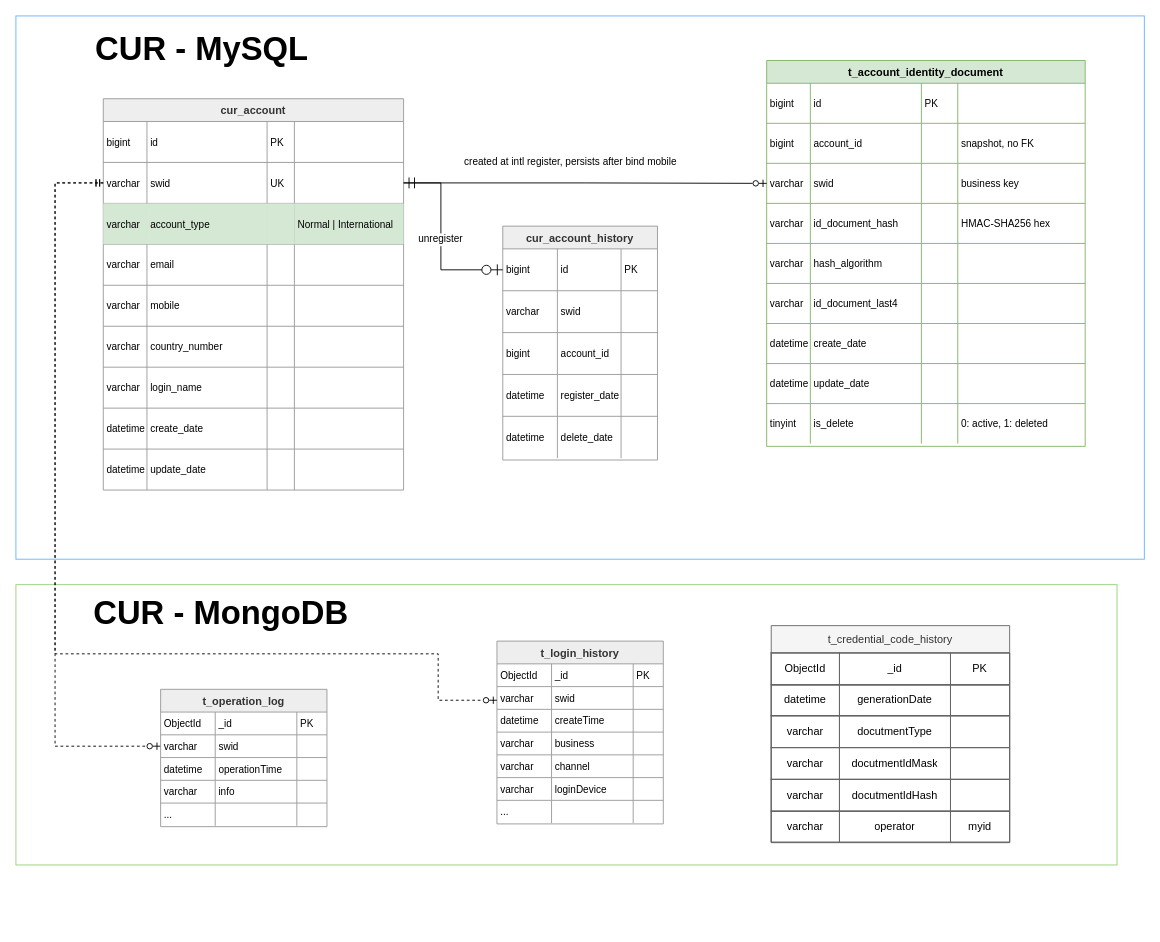
Before: disney/Intl-reg-db.drawio in lixyu/draw, a draw.io diagram. Source tidied: cells renumbered, new cells numbered last; positions are measured from the earlier drawing's top-left corner, leaving out a move shared by most shapes. Both pictures are drawn from the tidied source at 91%, with x=0, y=0 at pixel (15, 15).
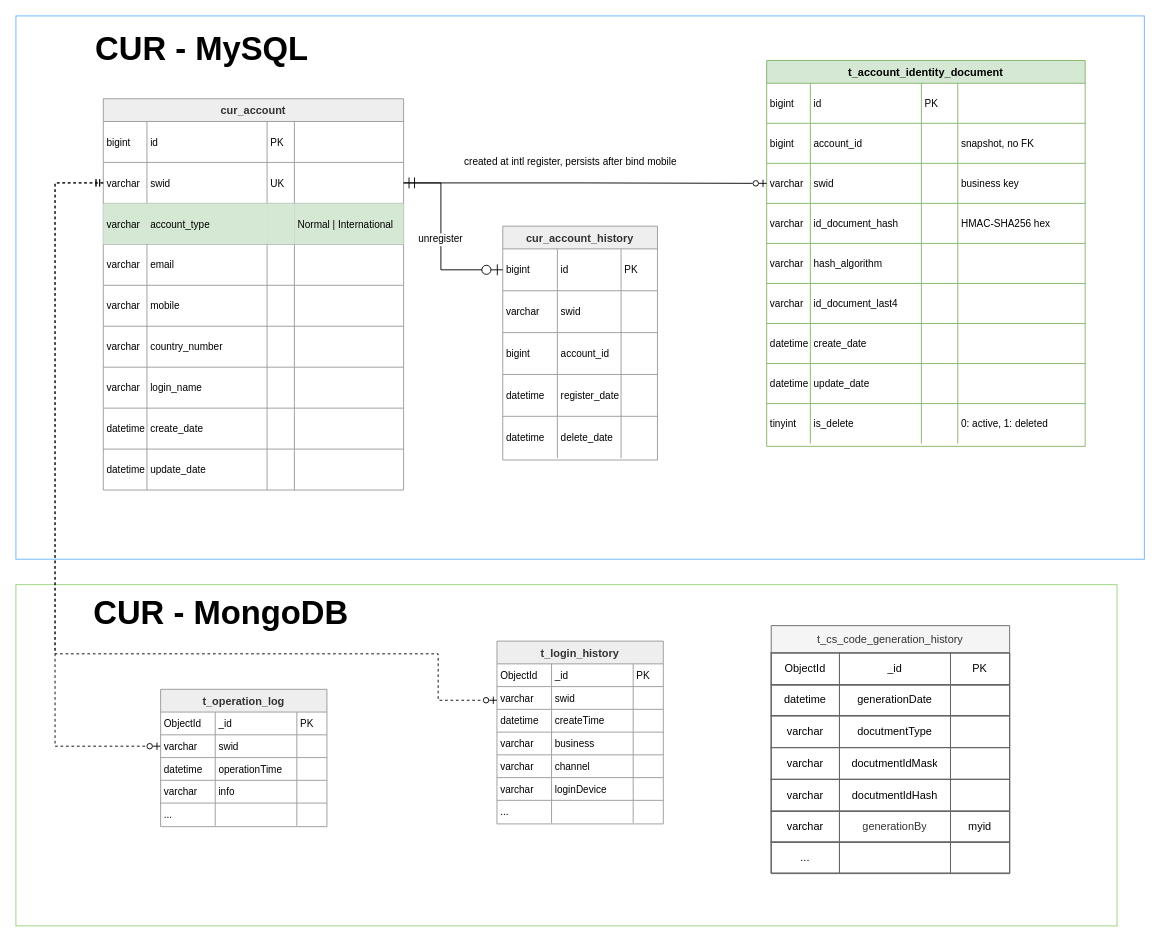
Above is the later version.

Unchanged cells that the change refers to:
```xml
<mxCell id="195" style="shape=tableRow;horizontal=0;startSize=0;swimlaneHead=0;swimlaneBody=0;strokeColor=inherit;fillColor=none;fontSize=16;" parent="174" vertex="1">
  <mxGeometry y="204" width="262" height="34" as="geometry" />
</mxCell>
```

Diff of the diagram source:
```diff
@@
     <mxCell id="118" style="rounded=0;whiteSpace=wrap;html=1;strokeColor=#97D077;fillColor=default;" parent="1" vertex="1">
-      <mxGeometry y="625" width="1210" height="308" as="geometry" />
+      <mxGeometry y="625" width="1210" height="375" as="geometry" />
     </mxCell>
@@
-    <mxCell id="174" value="t_credential_code_history" style="shape=table;tableRender=collapsed;startSize=30;childLayout=tableLayout;strokeColor=#666666;fontSize=12;fillColor=#f5f5f5;fontColor=#333333;" parent="1" vertex="1">
-      <mxGeometry x="830" y="670" width="262" height="238.5" as="geometry" />
+    <mxCell id="174" value="t_cs_code_generation_history" style="shape=table;tableRender=collapsed;startSize=30;childLayout=tableLayout;strokeColor=#666666;fontSize=12;fillColor=#f5f5f5;fontColor=#333333;" parent="1" vertex="1">
+      <mxGeometry x="830" y="670" width="262" height="272.5" as="geometry" />
     </mxCell>
@@
-    <mxCell id="197" value="operator" style="shape=partialRectangle;html=1;whiteSpace=wrap;strokeColor=inherit;overflow=hidden;fillColor=none;fontSize=12;" parent="195" vertex="1">
+    <mxCell id="197" value="&lt;span style=&quot;color: rgb(51, 51, 51); white-space: nowrap;&quot;&gt;generationBy&lt;/span&gt;" style="shape=partialRectangle;html=1;whiteSpace=wrap;strokeColor=inherit;overflow=hidden;fillColor=none;fontSize=12;" parent="195" vertex="1">
       <mxGeometry x="75" width="122" height="34" as="geometry" />
     </mxCell>
@@
+    <mxCell id="199" style="shape=tableRow;horizontal=0;startSize=0;swimlaneHead=0;swimlaneBody=0;strokeColor=inherit;fillColor=none;fontSize=16;" parent="174" vertex="1">
+      <mxGeometry y="238" width="262" height="34" as="geometry" />
+    </mxCell>
+    <mxCell id="200" value="..." style="shape=partialRectangle;html=1;whiteSpace=wrap;strokeColor=inherit;overflow=hidden;fillColor=none;fontSize=12;" parent="199" vertex="1">
+      <mxGeometry width="75" height="34" as="geometry" />
+    </mxCell>
+    <mxCell id="201" style="shape=partialRectangle;html=1;whiteSpace=wrap;strokeColor=inherit;overflow=hidden;fillColor=none;fontSize=12;" parent="199" vertex="1">
+      <mxGeometry x="75" width="122" height="34" as="geometry" />
+    </mxCell>
+    <mxCell id="202" style="shape=partialRectangle;html=1;whiteSpace=wrap;strokeColor=inherit;overflow=hidden;fillColor=none;fontSize=12;" parent="199" vertex="1">
+      <mxGeometry x="197" width="65" height="34" as="geometry" />
+    </mxCell>
```
